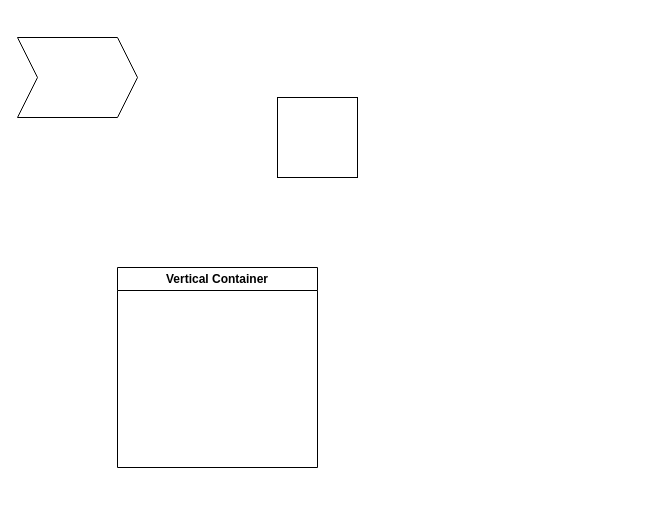
Above: page "Page-1" (1 of 2) of index.drawio in ClaytonAstrom/claytonastrom.github.io (draw.io), before the change. Source tidied: cells renumbered, new cells numbered last; positions are measured from the earlier drawing's top-left corner, leaving out a move shared by most shapes. Both pictures are drawn from the tidied source at 100%, with x=0, y=0 at pixel (17, 37).
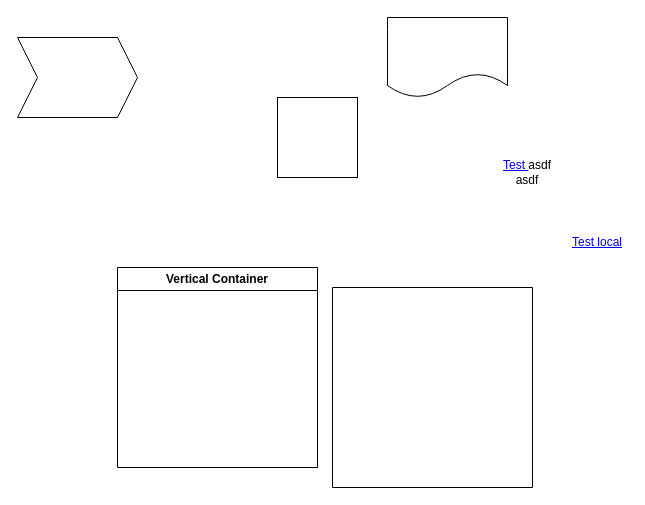
After the change.

The edit, as a diff of the source:
```diff
@@
 <mxGraphModel>
   <root>
     <mxCell id="0" />
     <mxCell id="1" parent="0" />
     <mxCell id="2" style="whiteSpace=wrap;html=1;" parent="1" vertex="1">
       <mxGeometry x="260" y="60" width="80" height="80" as="geometry" />
     </mxCell>
     <mxCell id="3" value="Vertical Container" style="swimlane;whiteSpace=wrap;html=1;" parent="1" vertex="1">
       <mxGeometry x="100" y="230" width="200" height="200" as="geometry" />
     </mxCell>
     <mxCell id="4" style="shape=step;perimeter=stepPerimeter;whiteSpace=wrap;html=1;fixedSize=1;" parent="1" vertex="1">
       <mxGeometry width="120" height="80" as="geometry" />
     </mxCell>
+    <mxCell id="5" value="&lt;a href=&quot;data:page/id,CHRfpnqsCdEV9Wg7y6lV&quot;&gt;Test&amp;nbsp;&lt;/a&gt;asdf asdf" style="text;strokeColor=none;align=center;fillColor=none;html=1;verticalAlign=middle;whiteSpace=wrap;rounded=0;" parent="1" vertex="1">
+      <mxGeometry x="480" y="120" width="60" height="30" as="geometry" />
+    </mxCell>
+    <mxCell id="6" style="swimlane;startSize=0;" parent="1" vertex="1">
+      <mxGeometry x="315" y="250" width="200" height="200" as="geometry" />
+    </mxCell>
+    <mxCell id="7" style="shape=document;whiteSpace=wrap;html=1;boundedLbl=1;" parent="1" vertex="1">
+      <mxGeometry x="370" y="-20" width="120" height="80" as="geometry" />
+    </mxCell>
+    <mxCell id="8" value="&lt;a href=&quot;data:page/id,CHRfpnqsCdEV9Wg7y6lV&quot;&gt;Test local&lt;/a&gt;" style="text;strokeColor=none;align=center;fillColor=none;html=1;verticalAlign=middle;whiteSpace=wrap;rounded=0;" parent="1" vertex="1">
+      <mxGeometry x="550" y="190" width="60" height="30" as="geometry" />
+    </mxCell>
   </root>
 </mxGraphModel>
```
